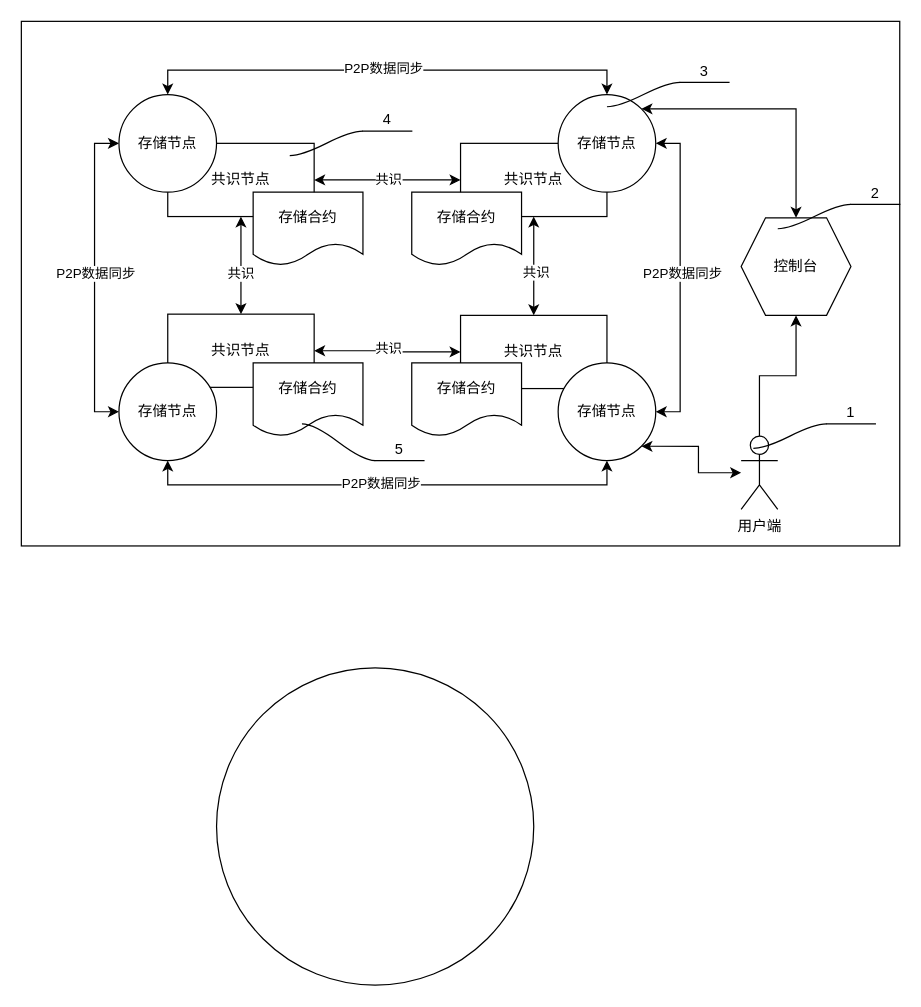
This is bts_data_balance.drawio from luoweb/codeshow, a draw.io file, before an edit. Source tidied: cells renumbered, new cells numbered last; positions are measured from the earlier drawing's top-left corner, leaving out a move shared by most shapes. Both pictures are drawn from the tidied source at 122%, with x=0, y=0 at pixel (21, 21).
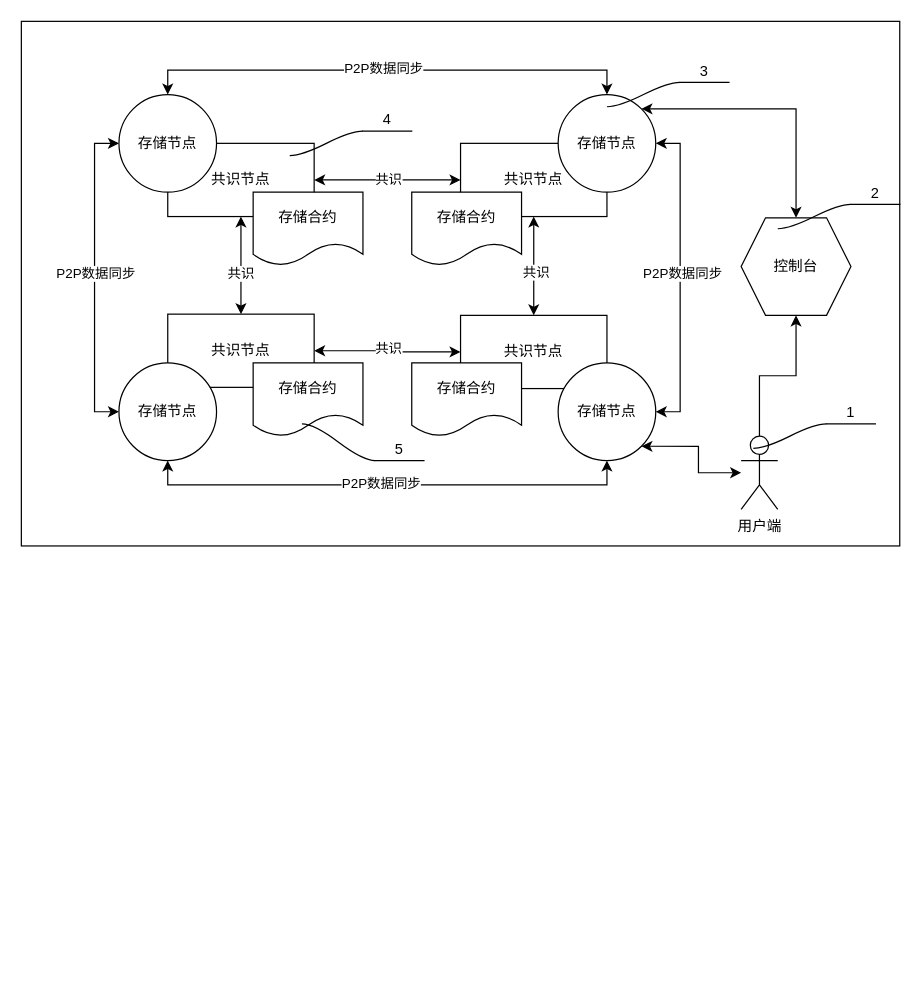
The same page after the edit.

Commit message (it also covers changes not shown here):
可插拔区块链控制台子系统设计

What changed in the source:
```diff
@@
-    <mxCell id="46" style="ellipse;whiteSpace=wrap;html=1;" parent="1" vertex="1">
-      <mxGeometry x="160" y="530" width="260" height="260" as="geometry" />
-    </mxCell>
```
